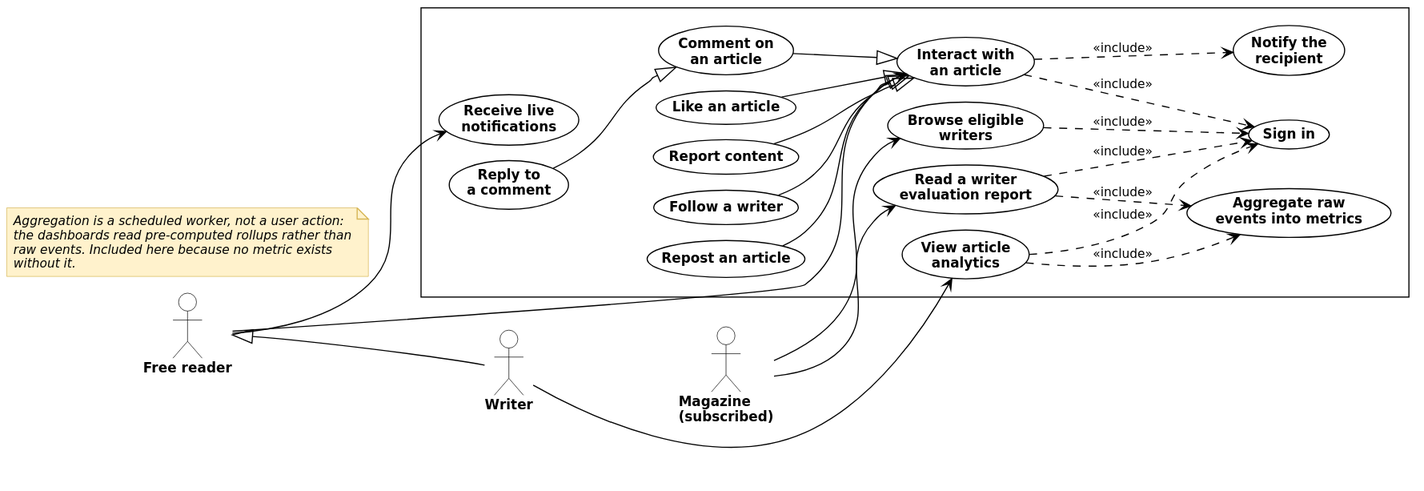
The PlantUML diagram diagrams/fig-5-1-use-case-sprint-3/fig-5-1-use-case-sprint-3.svg in inkwell-dev/spec.inkwell.ai, before a commit. Source of this version:
```plantuml
@startuml
!include ../_style.puml
left to right direction
skinparam nodesep 14
skinparam ranksep 60

actor "Free reader" as LG
actor "Writer" as R
actor "Magazine\n(subscribed)" as MA

R --|> LG

rectangle {
  usecase "Sign in" as AUTH
  usecase "Interact with\nan article" as INT
  usecase "Like an article" as INT1
  usecase "Comment on\nan article" as INT2
  usecase "Reply to\na comment" as INT3
  usecase "Repost an article" as INT4
  usecase "Follow a writer" as INT5
  usecase "Report content" as INT6
  usecase "Notify the\nrecipient" as NOTIF
  usecase "Receive live\nnotifications" as NOTIF2
  usecase "View article\nanalytics" as STATS
  usecase "Aggregate raw\nevents into metrics" as AGG
  usecase "Read a writer\nevaluation report" as EVAL
  usecase "Browse eligible\nwriters" as DISC
}

LG --> INT
LG --> NOTIF2
R  --> STATS
MA --> DISC
MA --> EVAL

INT1 --|> INT
INT2 --|> INT
INT3 --|> INT2
INT4 --|> INT
INT5 --|> INT
INT6 --|> INT

INT   ..> AUTH : <<include>>
INT   ..> NOTIF : <<include>>
STATS ..> AUTH : <<include>>
STATS ..> AGG : <<include>>
EVAL  ..> AGG : <<include>>
EVAL  ..> AUTH : <<include>>
DISC  ..> AUTH : <<include>>

LG -[hidden]down- R
R -[hidden]down- MA

note as N1
  Aggregation is a scheduled worker, not a user action:
  the dashboards read pre-computed rollups rather than
  raw events. Included here because no metric exists
  without it.
end note
@enduml
```
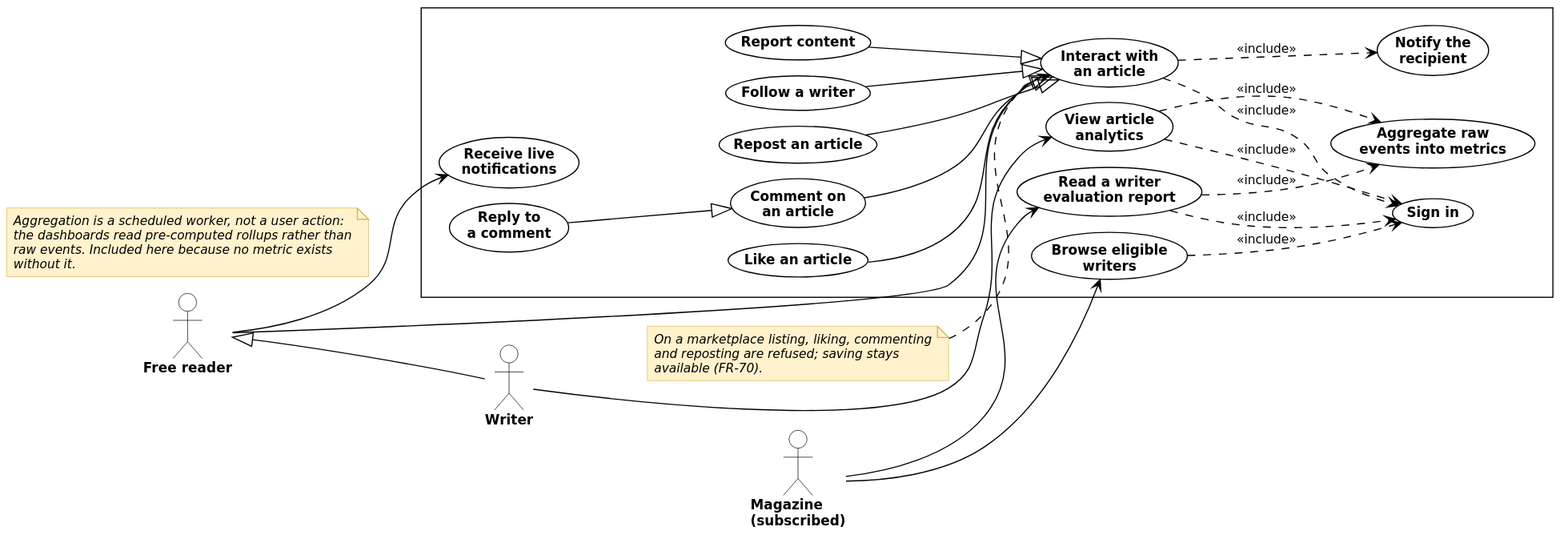
The same diagram one commit later.

Commit message:
docs(diagrams): fig-5-1 notes that a marketplace listing refuses interaction

Sprint 3 kept one requirement the figure did not show: FR-70 refuses liking,
commenting on and reposting a marketplace listing, while saving it stays
available. Carried as a note on Interact with an article rather than a new
use case, since it constrains the existing ones.

What changed in the source:
```diff
@@ -57,4 +57,11 @@
   raw events. Included here because no metric exists
   without it.
 end note
+
+note as N2
+  On a marketplace listing, liking, commenting
+  and reposting are refused; saving stays
+  available (FR-70).
+end note
+N2 .. INT
 @enduml
```
